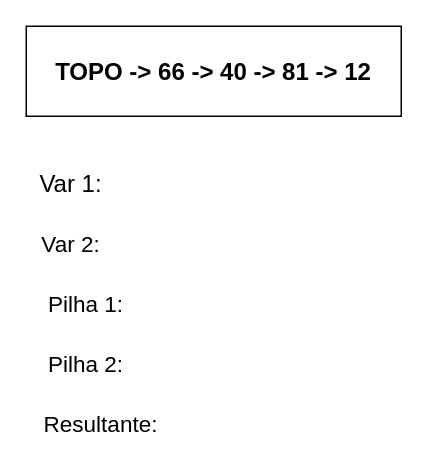
Before: page "Item 1" (1 of 32) of AtividadePilha2.drawio in GustavoJoss/Codigos-ED, a draw.io diagram. Source tidied: cells renumbered, new cells numbered last; positions are measured from the earlier drawing's top-left corner, leaving out a move shared by most shapes. Both pictures are drawn from the tidied source at 150%, with x=0, y=0 at pixel (26, 26).
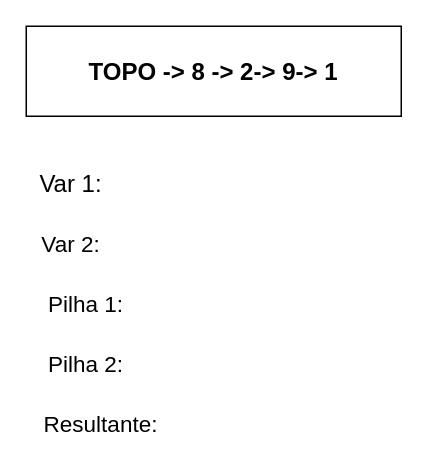
Above is the later version.

Diff of the diagram source:
```diff
@@
 <mxGraphModel>
   <root>
     <mxCell id="0" />
     <mxCell id="1" parent="0" />
-    <mxCell id="2" value="&lt;font style=&quot;font-size: 16px;&quot;&gt;&lt;b&gt;TOPO -&amp;gt; 66 -&amp;gt; 40 -&amp;gt; 81 -&amp;gt; 12&lt;/b&gt;&lt;/font&gt;" style="rounded=0;whiteSpace=wrap;html=1;" parent="1" vertex="1">
+    <mxCell id="2" value="&lt;font style=&quot;font-size: 16px;&quot;&gt;&lt;b&gt;TOPO -&amp;gt; 8 -&amp;gt; 2-&amp;gt; 9-&amp;gt; 1&lt;/b&gt;&lt;/font&gt;" style="rounded=0;whiteSpace=wrap;html=1;" parent="1" vertex="1">
       <mxGeometry width="250" height="60" as="geometry" />
     </mxCell>
     <mxCell id="3" value="&lt;font style=&quot;font-size: 16px;&quot;&gt;Var 1:&lt;/font&gt;" style="text;html=1;align=center;verticalAlign=middle;whiteSpace=wrap;rounded=0;" parent="1" vertex="1">
       <mxGeometry y="90" width="60" height="30" as="geometry" />
     </mxCell>
     <mxCell id="4" value="&lt;font style=&quot;font-size: 15px;&quot;&gt;Var 2:&lt;/font&gt;" style="text;html=1;align=center;verticalAlign=middle;whiteSpace=wrap;rounded=0;" parent="1" vertex="1">
       <mxGeometry y="130" width="60" height="30" as="geometry" />
     </mxCell>
     <mxCell id="5" value="&lt;font style=&quot;font-size: 15px;&quot;&gt;Pilha 1:&lt;/font&gt;" style="text;html=1;align=center;verticalAlign=middle;whiteSpace=wrap;rounded=0;" parent="1" vertex="1">
       <mxGeometry x="10" y="170" width="60" height="30" as="geometry" />
     </mxCell>
     <mxCell id="6" value="&lt;font style=&quot;font-size: 15px;&quot;&gt;Pilha 2:&lt;/font&gt;" style="text;html=1;align=center;verticalAlign=middle;whiteSpace=wrap;rounded=0;" parent="1" vertex="1">
       <mxGeometry x="10" y="210" width="60" height="30" as="geometry" />
     </mxCell>
     <mxCell id="7" value="&lt;font style=&quot;font-size: 15px;&quot;&gt;Resultante:&lt;/font&gt;" style="text;html=1;align=center;verticalAlign=middle;whiteSpace=wrap;rounded=0;" parent="1" vertex="1">
       <mxGeometry x="20" y="250" width="60" height="30" as="geometry" />
     </mxCell>
   </root>
 </mxGraphModel>
```
